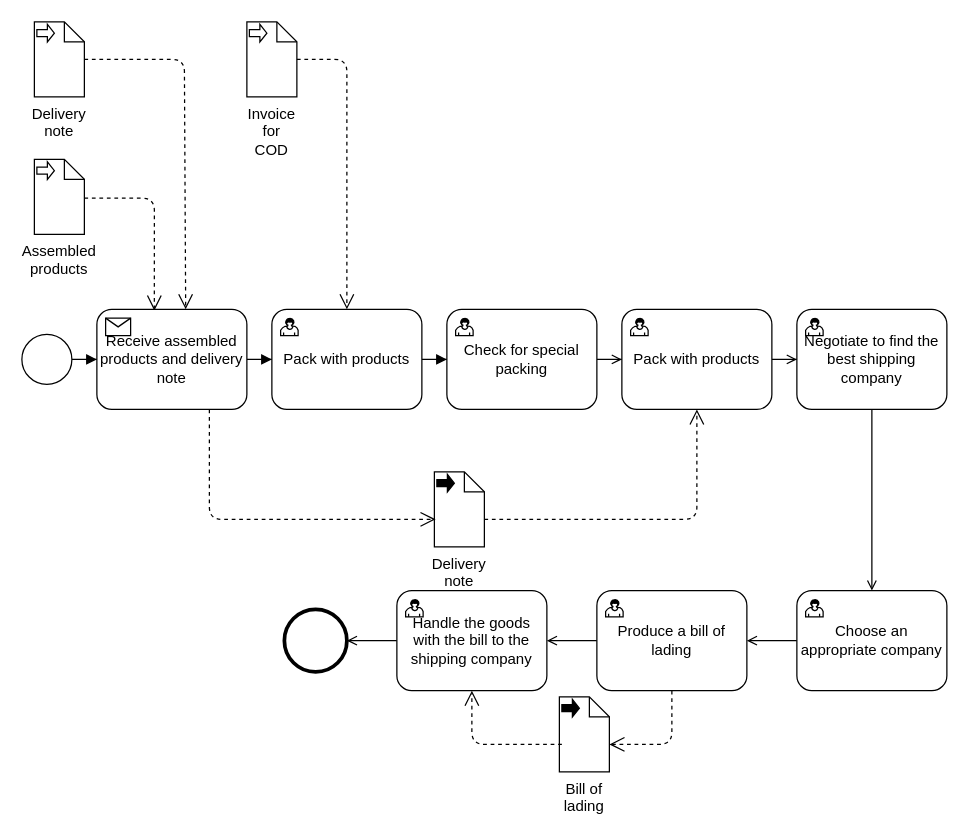
Earlier version of the draw.io diagram Pack and Ship Products.drawio (shitanshiwoerzi/test). Source tidied: cells renumbered, new cells numbered last; positions are measured from the earlier drawing's top-left corner, leaving out a move shared by most shapes. Both pictures are drawn from the tidied source at 125%, with x=0, y=0 at pixel (21, 21).
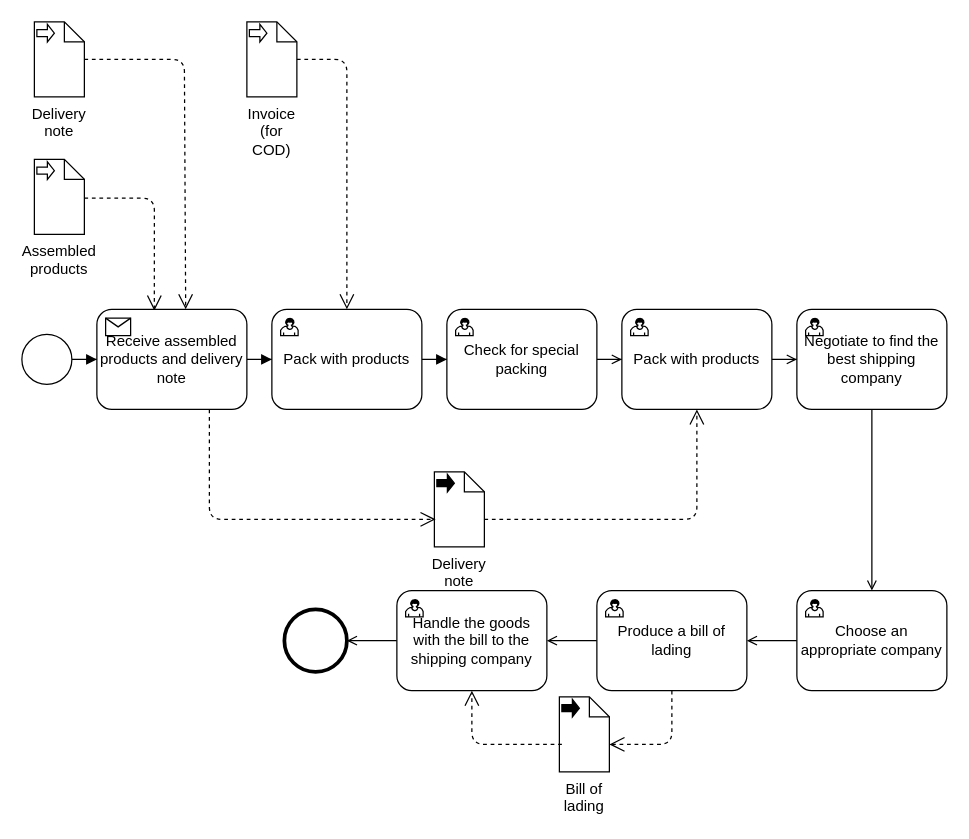
After the change.

What changed in the source:
```diff
@@
-    <mxCell id="16" value="Invoice for COD" style="shape=note;whiteSpace=wrap;size=16;html=1;fillColor=#FFFFFF;labelPosition=center;verticalLabelPosition=bottom;align=center;verticalAlign=top;" parent="1" vertex="1">
+    <mxCell id="16" value="Invoice (for COD)" style="shape=note;whiteSpace=wrap;size=16;html=1;fillColor=#FFFFFF;labelPosition=center;verticalLabelPosition=bottom;align=center;verticalAlign=top;" parent="1" vertex="1">
       <mxGeometry x="180" width="40" height="60" as="geometry" />
     </mxCell>
```
